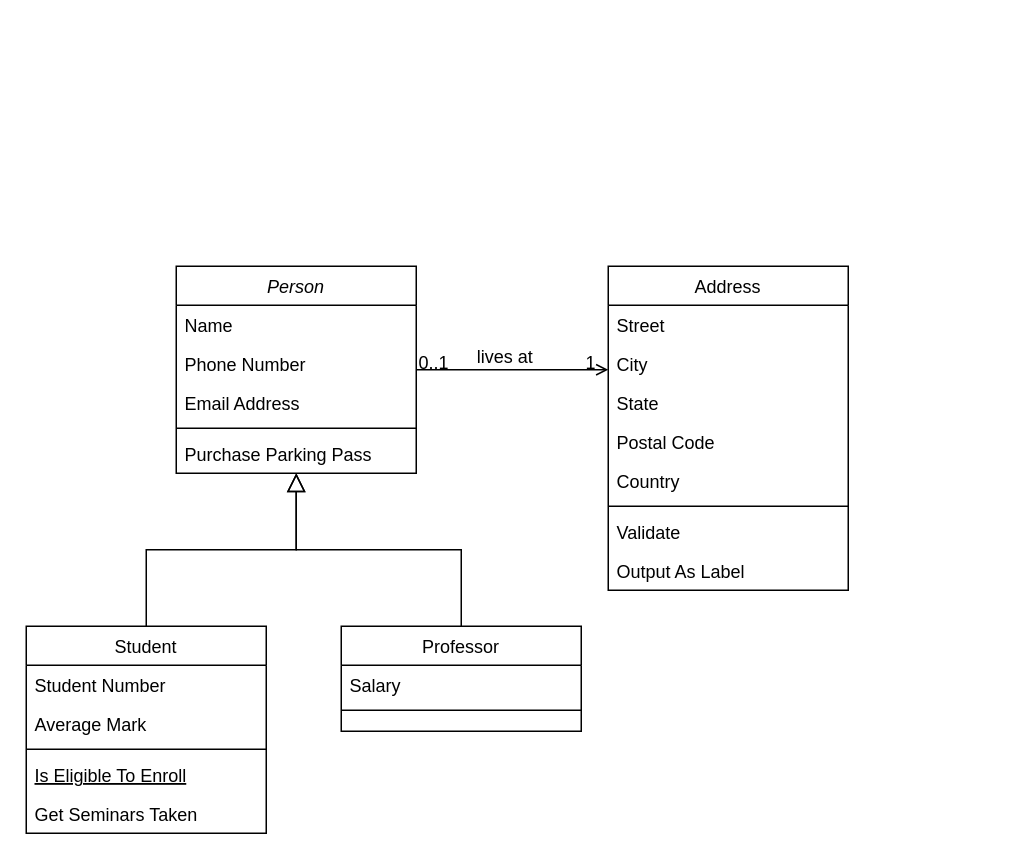
Earlier version of the draw.io diagram UML.drawio (andreaei/Final_project). Source tidied: cells renumbered, new cells numbered last; positions are measured from the earlier drawing's top-left corner, leaving out a move shared by most shapes. Both pictures are drawn from the tidied source at 150%, with x=0, y=0 at pixel (26, 266).
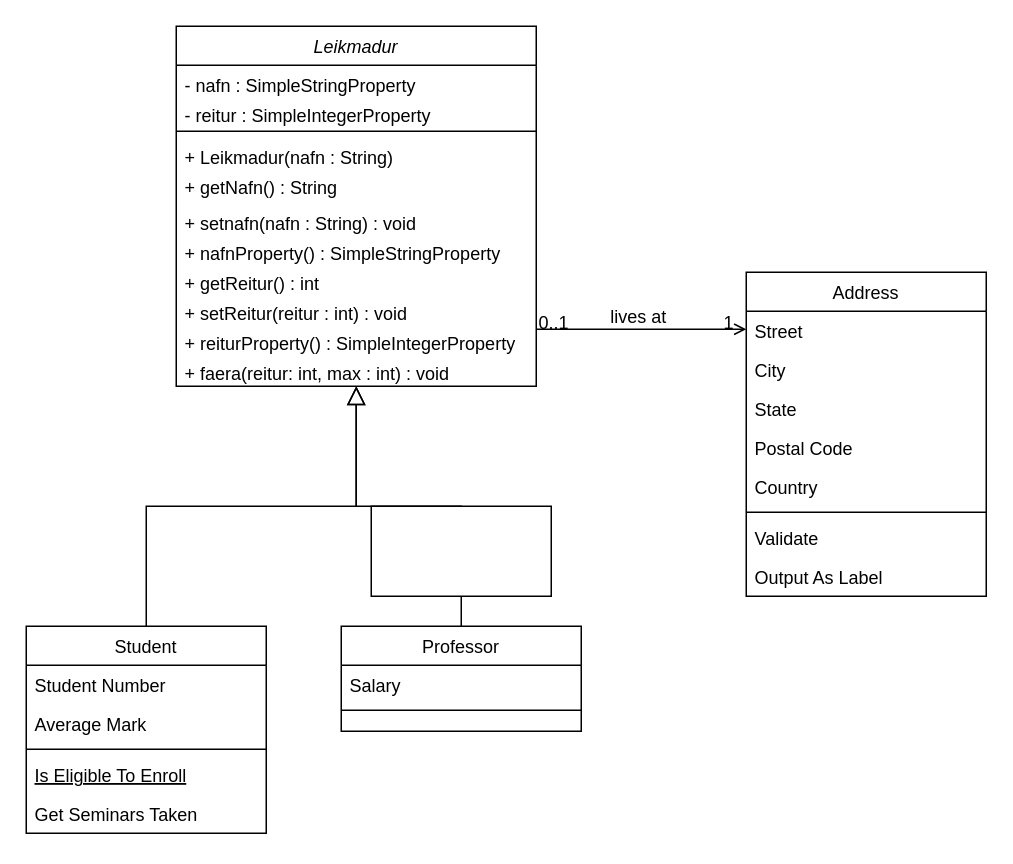
The same diagram, later.

Change to the diagram source:
```diff
@@
-    <mxCell id="2" value="Person" style="swimlane;fontStyle=2;align=center;verticalAlign=top;horizontal=1;startSize=26;rounded=0;shadow=0;strokeWidth=1;" parent="1" vertex="1">
-      <mxGeometry x="100" width="160" height="138" as="geometry" />
+    <mxCell id="2" value="Leikmadur" style="swimlane;fontStyle=2;align=center;verticalAlign=top;horizontal=1;startSize=26;rounded=0;shadow=0;strokeWidth=1;" parent="1" vertex="1">
+      <mxGeometry x="100" y="-160" width="240" height="240" as="geometry" />
     </mxCell>
-    <mxCell id="3" value="Name" style="text;align=left;verticalAlign=top;spacingLeft=4;spacingRight=4;overflow=hidden;" parent="2" vertex="1">
-      <mxGeometry y="26" width="160" height="26" as="geometry" />
+    <mxCell id="3" value="- nafn : SimpleStringProperty" style="text;align=left;verticalAlign=top;spacingLeft=4;spacingRight=4;overflow=hidden;" parent="2" vertex="1">
+      <mxGeometry y="26" width="240" height="20" as="geometry" />
     </mxCell>
-    <mxCell id="4" value="Phone Number" style="text;align=left;verticalAlign=top;spacingLeft=4;spacingRight=4;overflow=hidden;rounded=0;shadow=0;html=0;" parent="2" vertex="1">
-      <mxGeometry y="52" width="160" height="26" as="geometry" />
+    <mxCell id="4" value="- reitur : SimpleIntegerProperty" style="text;align=left;verticalAlign=top;spacingLeft=4;spacingRight=4;overflow=hidden;rounded=0;shadow=0;html=0;" parent="2" vertex="1">
+      <mxGeometry y="46" width="240" height="20" as="geometry" />
     </mxCell>
-    <mxCell id="5" value="Email Address" style="text;align=left;verticalAlign=top;spacingLeft=4;spacingRight=4;overflow=hidden;rounded=0;shadow=0;html=0;" parent="2" vertex="1">
-      <mxGeometry y="78" width="160" height="26" as="geometry" />
-    </mxCell>
     <mxCell id="6" style="line;html=1;strokeWidth=1;align=left;verticalAlign=middle;spacingTop=-1;spacingLeft=3;spacingRight=3;labelPosition=right;" parent="2" vertex="1">
-      <mxGeometry y="104" width="160" height="8" as="geometry" />
+      <mxGeometry y="66" width="240" height="8" as="geometry" />
     </mxCell>
-    <mxCell id="7" value="Purchase Parking Pass" style="text;align=left;verticalAlign=top;spacingLeft=4;spacingRight=4;overflow=hidden;" parent="2" vertex="1">
-      <mxGeometry y="112" width="160" height="26" as="geometry" />
+    <mxCell id="7" value="+ Leikmadur(nafn : String) " style="text;align=left;verticalAlign=top;spacingLeft=4;spacingRight=4;overflow=hidden;" parent="2" vertex="1">
+      <mxGeometry y="74" width="240" height="20" as="geometry" />
     </mxCell>
+    <mxCell id="32" value="+ getNafn() : String" style="text;align=left;verticalAlign=top;spacingLeft=4;spacingRight=4;overflow=hidden;" parent="2" vertex="1">
+      <mxGeometry y="94" width="240" height="24" as="geometry" />
+    </mxCell>
+    <mxCell id="33" value="+ setnafn(nafn : String) : void" style="text;align=left;verticalAlign=top;spacingLeft=4;spacingRight=4;overflow=hidden;" parent="2" vertex="1">
+      <mxGeometry y="118" width="240" height="20" as="geometry" />
+    </mxCell>
+    <mxCell id="34" value="+ nafnProperty() : SimpleStringProperty" style="text;align=left;verticalAlign=top;spacingLeft=4;spacingRight=4;overflow=hidden;" parent="2" vertex="1">
+      <mxGeometry y="138" width="240" height="20" as="geometry" />
+    </mxCell>
+    <mxCell id="35" value="+ getReitur() : int" style="text;align=left;verticalAlign=top;spacingLeft=4;spacingRight=4;overflow=hidden;" parent="2" vertex="1">
+      <mxGeometry y="158" width="240" height="20" as="geometry" />
+    </mxCell>
+    <mxCell id="36" value="+ setReitur(reitur : int) : void" style="text;align=left;verticalAlign=top;spacingLeft=4;spacingRight=4;overflow=hidden;" parent="2" vertex="1">
+      <mxGeometry y="178" width="240" height="20" as="geometry" />
+    </mxCell>
+    <mxCell id="37" value="+ reiturProperty() : SimpleIntegerProperty" style="text;align=left;verticalAlign=top;spacingLeft=4;spacingRight=4;overflow=hidden;" parent="2" vertex="1">
+      <mxGeometry y="198" width="240" height="20" as="geometry" />
+    </mxCell>
+    <mxCell id="38" value="+ faera(reitur: int, max : int) : void" style="text;align=left;verticalAlign=top;spacingLeft=4;spacingRight=4;overflow=hidden;" parent="2" vertex="1">
+      <mxGeometry y="218" width="240" height="20" as="geometry" />
+    </mxCell>
@@
     <mxCell id="19" value="Address" style="swimlane;fontStyle=0;align=center;verticalAlign=top;horizontal=1;startSize=26;rounded=0;shadow=0;strokeWidth=1;" parent="1" vertex="1">
-      <mxGeometry x="388" width="160" height="216" as="geometry" />
+      <mxGeometry x="480" y="4" width="160" height="216" as="geometry" />
     </mxCell>
@@
+    <mxCell id="39" style="rounded=0;whiteSpace=wrap;html=1;" parent="1" vertex="1">
+      <mxGeometry x="230" y="160" width="120" height="60" as="geometry" />
+    </mxCell>
```
